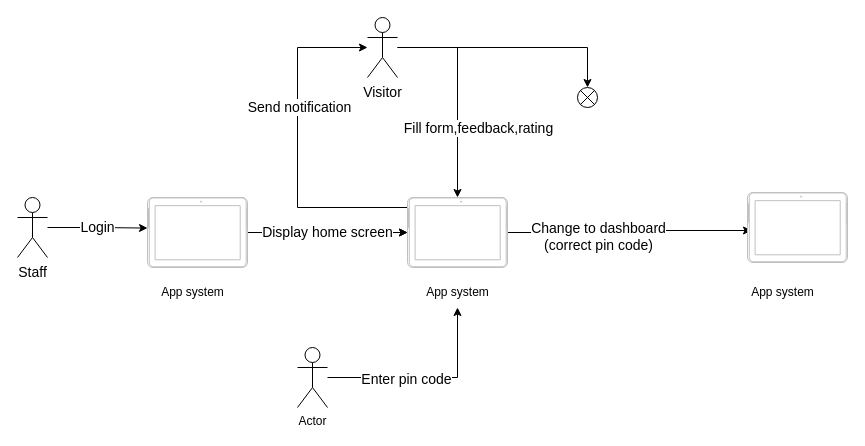
The draw.io diagram wireframe_explaination/Workflow_1.drawio in duongminhthanh/app_system_management_visitor_for_old_aparment, before the edit. Source tidied: cells renumbered, new cells numbered last; positions are measured from the earlier drawing's top-left corner, leaving out a move shared by most shapes. Both pictures are drawn from the tidied source at 100%, with x=0, y=0 at pixel (17, 17).
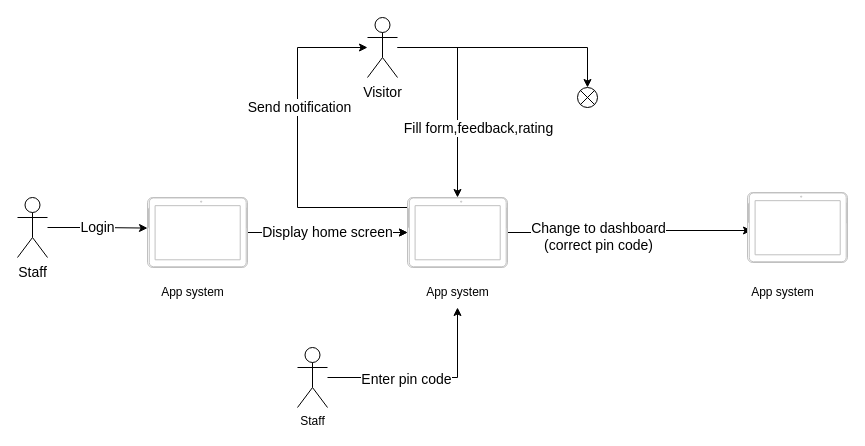
After the change.

The edit, as a diff of the source:
```diff
@@
-    <mxCell id="20" value="Actor" style="shape=umlActor;verticalLabelPosition=bottom;verticalAlign=top;html=1;outlineConnect=0;" parent="1" vertex="1">
+    <mxCell id="20" value="Staff" style="shape=umlActor;verticalLabelPosition=bottom;verticalAlign=top;html=1;outlineConnect=0;" parent="1" vertex="1">
       <mxGeometry x="280" y="330" width="30" height="60" as="geometry" />
     </mxCell>
```
